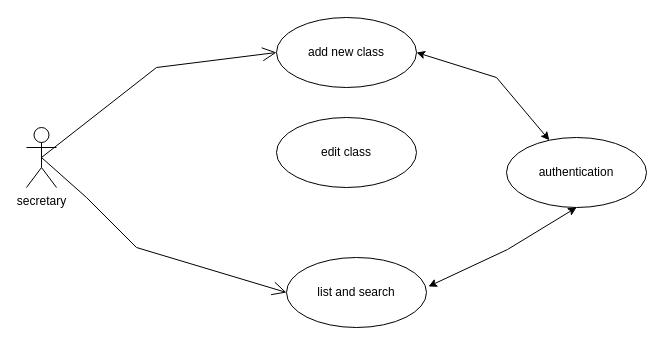
This is page "Page-1" (1 of 2) of schoolapp-use-case-spring-1.drawio from sidofdountio/schoolappui, a draw.io file, before an edit. Source tidied: cells renumbered, new cells numbered last; positions are measured from the earlier drawing's top-left corner, leaving out a move shared by most shapes. Both pictures are drawn from the tidied source at 100%, with x=0, y=0 at pixel (26, 17).
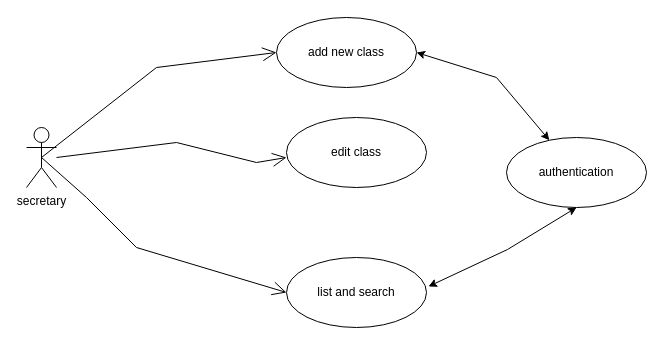
Above is the later version.

The edit, as a diff of the source:
```diff
@@
     <mxCell id="4" value="edit class" style="ellipse;whiteSpace=wrap;html=1;" parent="1" vertex="1">
-      <mxGeometry x="250" y="100" width="140" height="70" as="geometry" />
+      <mxGeometry x="260" y="100" width="140" height="70" as="geometry" />
     </mxCell>
@@
+    <mxCell id="11" style="endArrow=open;endFill=1;endSize=12;html=1;rounded=0;entryX=0;entryY=0.5;entryDx=0;entryDy=0;" parent="1" edge="1">
+      <mxGeometry relative="1" as="geometry">
+        <mxPoint x="30" y="140" as="sourcePoint" />
+        <mxPoint x="260" y="140" as="targetPoint" />
+        <Array as="points">
+          <mxPoint x="150" y="125" />
+          <mxPoint x="230" y="145" />
+        </Array>
+      </mxGeometry>
+    </mxCell>
```
